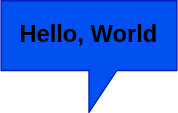
Earlier version of the draw.io export src/assets/service/eng.drawio.svg (a00ae/Ceylan-Academic). Source tidied: cells renumbered, new cells last; positions are measured from the earlier drawing's top-left corner, leaving out a move shared by most shapes. Source of this version:
```xml
<mxGraphModel>
  <root>
    <mxCell id="0" />
    <mxCell id="1" parent="0" />
    <mxCell id="2" value="&lt;font style=&quot;font-size: 17px; color: light-dark(rgb(0, 0, 0), rgb(251, 251, 251));&quot;&gt;&lt;b&gt;Hello, World&lt;/b&gt;&lt;/font&gt;" style="shape=callout;whiteSpace=wrap;html=1;perimeter=calloutPerimeter;fillColor=#0050ef;fontColor=#ffffff;strokeColor=#001DBC;labelBackgroundColor=none;convertToSvg=1;svgWhiteSpace=wrap;" parent="1" vertex="1">
      <mxGeometry width="126" height="80" as="geometry" />
    </mxCell>
  </root>
</mxGraphModel>
```
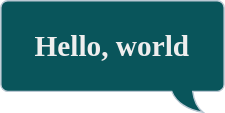
After the change.

Diff of the diagram source:
```diff
@@ -2,8 +2,8 @@
   <root>
     <mxCell id="0" />
     <mxCell id="1" parent="0" />
-    <mxCell id="2" value="&lt;font style=&quot;font-size: 17px; color: light-dark(rgb(0, 0, 0), rgb(251, 251, 251));&quot;&gt;&lt;b&gt;Hello, World&lt;/b&gt;&lt;/font&gt;" style="shape=callout;whiteSpace=wrap;html=1;perimeter=calloutPerimeter;fillColor=#0050ef;fontColor=#ffffff;strokeColor=#001DBC;labelBackgroundColor=none;convertToSvg=1;svgWhiteSpace=wrap;" parent="1" vertex="1">
-      <mxGeometry width="126" height="80" as="geometry" />
-    </mxCell>
+    <mxCell id="3" value="&lt;font face=&quot;Times New Roman&quot;&gt;&lt;b&gt;Hello, world&lt;/b&gt;&lt;/font&gt;" style="whiteSpace=wrap;html=1;shape=mxgraph.basic.roundRectCallout;dx=30;dy=15;size=5;boundedLbl=1;flipH=1;legacyAnchorPoints=0;labelBackgroundColor=none;fillColor=#09555B;strokeColor=#BAC8D3;fontColor=#EEEEEE;fontSize=21;" parent="1" vertex="1">
+      <mxGeometry x="-10" y="130" width="160" height="80" as="geometry" />
+    </mxCell>
   </root>
 </mxGraphModel>
```
